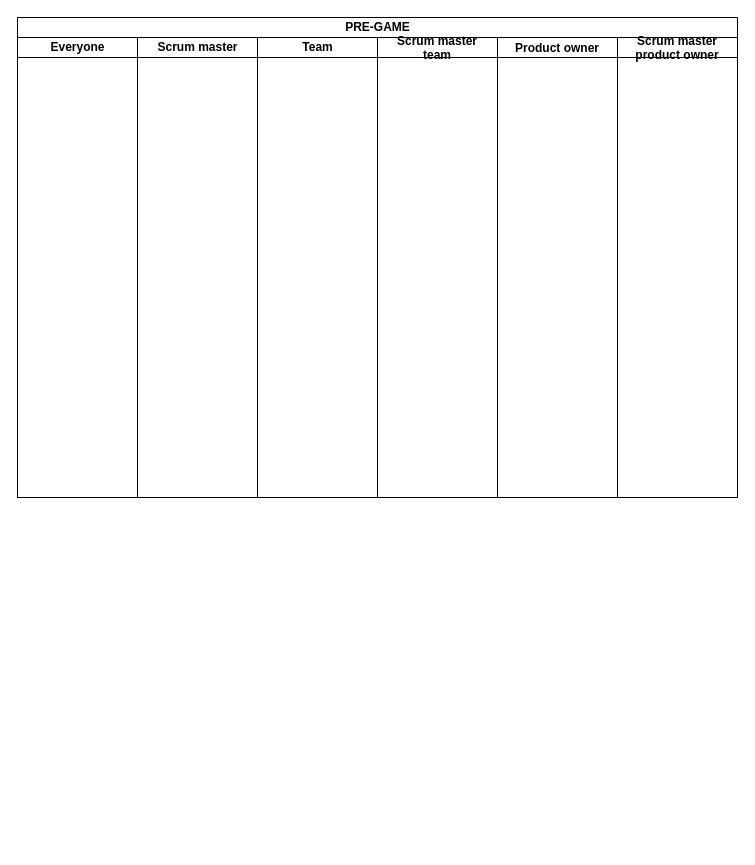
Earlier version of the draw.io diagram Untitled Diagram.drawio (JavierCabreraDev/Metodologia_Practica). Source tidied: cells renumbered, new cells numbered last; positions are measured from the earlier drawing's top-left corner, leaving out a move shared by most shapes. Both pictures are drawn from the tidied source at 100%, with x=0, y=0 at pixel (17, 17).
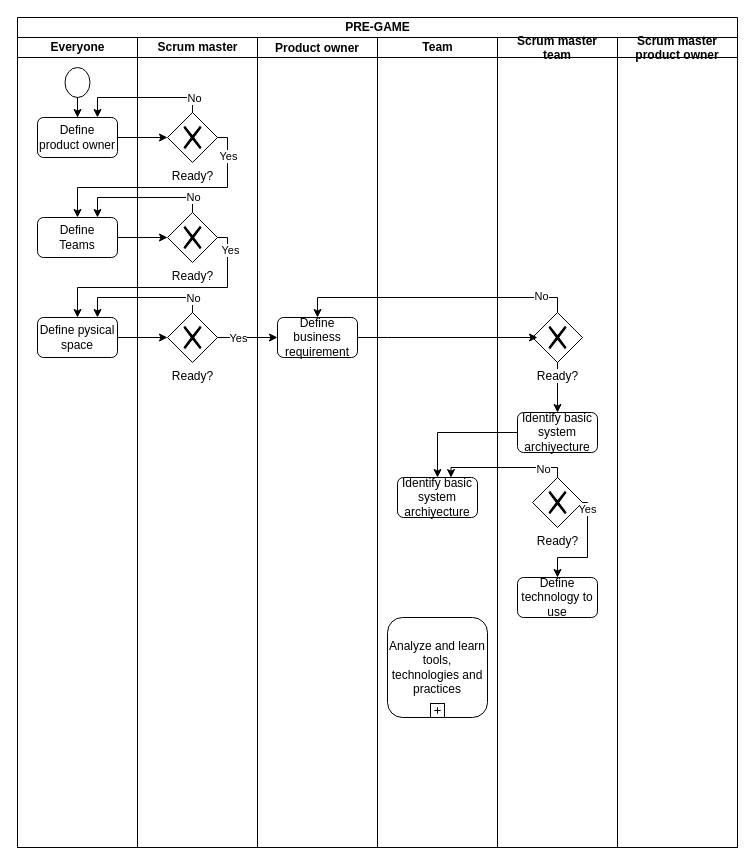
The same diagram, later.

What changed in the source:
```diff
@@
     <mxCell id="2" value="PRE-GAME" style="swimlane;html=1;startSize=20;" parent="1" vertex="1">
-      <mxGeometry width="720" height="480" as="geometry" />
+      <mxGeometry width="720" height="830" as="geometry" />
     </mxCell>
     <mxCell id="3" value="Everyone" style="swimlane;html=1;startSize=20;" parent="2" vertex="1">
-      <mxGeometry y="20" width="120" height="460" as="geometry" />
+      <mxGeometry y="20" width="120" height="810" as="geometry" />
     </mxCell>
+    <mxCell id="9" style="edgeStyle=orthogonalEdgeStyle;rounded=0;jettySize=auto;html=1;" parent="3" edge="1" source="10" target="11">
+      <mxGeometry relative="1" as="geometry" />
+    </mxCell>
+    <mxCell id="10" style="shape=mxgraph.bpmn.shape;html=1;verticalLabelPosition=bottom;labelBackgroundColor=#ffffff;verticalAlign=top;align=center;perimeter=ellipsePerimeter;outlineConnect=0;outline=standard;symbol=general;" parent="3" vertex="1">
+      <mxGeometry x="47.5" y="30" width="25" height="30" as="geometry" />
+    </mxCell>
+    <mxCell id="11" value="Define&lt;br&gt;product owner" style="shape=ext;rounded=1;html=1;whiteSpace=wrap;" parent="3" vertex="1">
+      <mxGeometry x="20" y="80" width="80" height="40" as="geometry" />
+    </mxCell>
+    <mxCell id="12" value="Define&lt;br&gt;Teams" style="shape=ext;rounded=1;html=1;whiteSpace=wrap;" parent="3" vertex="1">
+      <mxGeometry x="20" y="180" width="80" height="40" as="geometry" />
+    </mxCell>
+    <mxCell id="13" value="Define pysical space" style="shape=ext;rounded=1;html=1;whiteSpace=wrap;" parent="3" vertex="1">
+      <mxGeometry x="20" y="280" width="80" height="40" as="geometry" />
+    </mxCell>
     <mxCell id="4" value="Scrum master" style="swimlane;html=1;startSize=20;" parent="2" vertex="1">
-      <mxGeometry x="120" y="20" width="120" height="460" as="geometry" />
+      <mxGeometry x="120" y="20" width="120" height="810" as="geometry" />
     </mxCell>
+    <mxCell id="14" value="Ready?" style="shape=mxgraph.bpmn.shape;html=1;verticalLabelPosition=bottom;labelBackgroundColor=#ffffff;verticalAlign=top;align=center;perimeter=rhombusPerimeter;background=gateway;outlineConnect=0;outline=none;symbol=exclusiveGw;" parent="4" vertex="1">
+      <mxGeometry x="30" y="75" width="50" height="50" as="geometry" />
+    </mxCell>
+    <mxCell id="15" value="Ready?" style="shape=mxgraph.bpmn.shape;html=1;verticalLabelPosition=bottom;labelBackgroundColor=#ffffff;verticalAlign=top;align=center;perimeter=rhombusPerimeter;background=gateway;outlineConnect=0;outline=none;symbol=exclusiveGw;" parent="4" vertex="1">
+      <mxGeometry x="30" y="175" width="50" height="50" as="geometry" />
+    </mxCell>
+    <mxCell id="16" value="Ready?" style="shape=mxgraph.bpmn.shape;html=1;verticalLabelPosition=bottom;labelBackgroundColor=#ffffff;verticalAlign=top;align=center;perimeter=rhombusPerimeter;background=gateway;outlineConnect=0;outline=none;symbol=exclusiveGw;" parent="4" vertex="1">
+      <mxGeometry x="30" y="275" width="50" height="50" as="geometry" />
+    </mxCell>
+    <mxCell id="7" value="Product owner" style="swimlane;startSize=20;" parent="2" vertex="1">
+      <mxGeometry x="240" y="20" width="120" height="810" as="geometry" />
+    </mxCell>
+    <mxCell id="17" value="Define business requirement" style="shape=ext;rounded=1;html=1;whiteSpace=wrap;" parent="7" vertex="1">
+      <mxGeometry x="20" y="280" width="80" height="40" as="geometry" />
+    </mxCell>
     <mxCell id="5" value="Team" style="swimlane;html=1;startSize=20;" parent="2" vertex="1">
-      <mxGeometry x="240" y="20" width="120" height="460" as="geometry" />
+      <mxGeometry x="360" y="20" width="120" height="810" as="geometry" />
     </mxCell>
+    <mxCell id="18" value="Identify basic system archiyecture" style="shape=ext;rounded=1;html=1;whiteSpace=wrap;" parent="5" vertex="1">
+      <mxGeometry x="20" y="440" width="80" height="40" as="geometry" />
+    </mxCell>
+    <mxCell id="19" value="Analyze and learn tools, technologies and practices" style="html=1;whiteSpace=wrap;rounded=1;" parent="5" vertex="1">
+      <mxGeometry x="10" y="580" width="100" height="100" as="geometry" />
+    </mxCell>
+    <mxCell id="20" style="html=1;shape=plus;" parent="19" vertex="1">
+      <mxGeometry x="0.5" y="1" width="14" height="14" relative="1" as="geometry">
+        <mxPoint x="-7" y="-14" as="offset" />
+      </mxGeometry>
+    </mxCell>
     <mxCell id="6" value="Scrum master&#10;team" style="swimlane;startSize=20;" parent="2" vertex="1">
-      <mxGeometry x="360" y="20" width="120" height="460" as="geometry" />
+      <mxGeometry x="480" y="20" width="120" height="810" as="geometry" />
     </mxCell>
-    <mxCell id="7" value="Product owner" style="swimlane;startSize=20;" parent="2" vertex="1">
-      <mxGeometry x="480" y="20" width="120" height="460" as="geometry" />
-    </mxCell>
+    <mxCell id="21" style="edgeStyle=orthogonalEdgeStyle;rounded=0;jettySize=auto;html=1;" parent="6" edge="1" source="22" target="23">
+      <mxGeometry relative="1" as="geometry" />
+    </mxCell>
+    <mxCell id="22" value="Ready?" style="shape=mxgraph.bpmn.shape;html=1;verticalLabelPosition=bottom;labelBackgroundColor=#ffffff;verticalAlign=top;align=center;perimeter=rhombusPerimeter;background=gateway;outlineConnect=0;outline=none;symbol=exclusiveGw;" parent="6" vertex="1">
+      <mxGeometry x="35" y="275" width="50" height="50" as="geometry" />
+    </mxCell>
+    <mxCell id="23" value="Identify basic system archiyecture" style="shape=ext;rounded=1;html=1;whiteSpace=wrap;" parent="6" vertex="1">
+      <mxGeometry x="20" y="375" width="80" height="40" as="geometry" />
+    </mxCell>
+    <mxCell id="24" value="Ready?" style="shape=mxgraph.bpmn.shape;html=1;verticalLabelPosition=bottom;labelBackgroundColor=#ffffff;verticalAlign=top;align=center;perimeter=rhombusPerimeter;background=gateway;outlineConnect=0;outline=none;symbol=exclusiveGw;" parent="6" vertex="1">
+      <mxGeometry x="35" y="440" width="50" height="50" as="geometry" />
+    </mxCell>
+    <mxCell id="25" value="Define technology to use" style="shape=ext;rounded=1;html=1;whiteSpace=wrap;" parent="6" vertex="1">
+      <mxGeometry x="20" y="540" width="80" height="40" as="geometry" />
+    </mxCell>
+    <mxCell id="26" style="edgeStyle=orthogonalEdgeStyle;rounded=0;jettySize=auto;html=1;entryX=0.5;entryY=0;entryDx=0;entryDy=0;" parent="6" edge="1" source="24" target="25">
+      <mxGeometry relative="1" as="geometry">
+        <Array as="points">
+          <mxPoint x="90" y="465" />
+          <mxPoint x="90" y="520" />
+          <mxPoint x="60" y="520" />
+        </Array>
+      </mxGeometry>
+    </mxCell>
+    <mxCell id="27" value="Yes" style="edgeLabel;html=1;align=center;verticalAlign=middle;" parent="26" vertex="1">
+      <mxGeometry x="-0.8" y="-1" relative="1" as="geometry" />
+    </mxCell>
     <mxCell id="8" value="Scrum master&#10;product owner" style="swimlane;startSize=20;" parent="2" vertex="1">
-      <mxGeometry x="600" y="20" width="120" height="460" as="geometry" />
+      <mxGeometry x="600" y="20" width="120" height="810" as="geometry" />
     </mxCell>
+    <mxCell id="28" style="edgeStyle=orthogonalEdgeStyle;rounded=0;jettySize=auto;html=1;" parent="2" edge="1" source="11" target="14">
+      <mxGeometry relative="1" as="geometry" />
+    </mxCell>
+    <mxCell id="29" style="edgeStyle=orthogonalEdgeStyle;rounded=0;jettySize=auto;html=1;entryX=0.5;entryY=0;entryDx=0;entryDy=0;" parent="2" edge="1" source="14" target="12">
+      <mxGeometry relative="1" as="geometry">
+        <Array as="points">
+          <mxPoint x="210" y="120" />
+          <mxPoint x="210" y="170" />
+          <mxPoint x="60" y="170" />
+        </Array>
+      </mxGeometry>
+    </mxCell>
+    <mxCell id="30" value="Yes" style="edgeLabel;html=1;align=center;verticalAlign=middle;" parent="29" vertex="1">
+      <mxGeometry x="-0.77" relative="1" as="geometry" />
+    </mxCell>
+    <mxCell id="31" style="edgeStyle=orthogonalEdgeStyle;rounded=0;jettySize=auto;html=1;entryX=0.75;entryY=0;entryDx=0;entryDy=0;" parent="2" edge="1" source="14" target="11">
+      <mxGeometry relative="1" as="geometry">
+        <Array as="points">
+          <mxPoint x="175" y="80" />
+          <mxPoint x="80" y="80" />
+        </Array>
+      </mxGeometry>
+    </mxCell>
+    <mxCell id="32" value="No" style="edgeLabel;html=1;align=center;verticalAlign=middle;" parent="31" vertex="1">
+      <mxGeometry x="-0.61" y="1" relative="1" as="geometry">
+        <mxPoint x="11" y="-1" as="offset" />
+      </mxGeometry>
+    </mxCell>
+    <mxCell id="33" style="edgeStyle=orthogonalEdgeStyle;rounded=0;jettySize=auto;html=1;entryX=0;entryY=0.5;entryDx=0;entryDy=0;" parent="2" edge="1" source="12" target="15">
+      <mxGeometry relative="1" as="geometry" />
+    </mxCell>
+    <mxCell id="34" style="edgeStyle=orthogonalEdgeStyle;rounded=0;jettySize=auto;html=1;entryX=0.5;entryY=0;entryDx=0;entryDy=0;" parent="2" edge="1" source="15" target="13">
+      <mxGeometry relative="1" as="geometry">
+        <Array as="points">
+          <mxPoint x="210" y="220" />
+          <mxPoint x="210" y="270" />
+          <mxPoint x="60" y="270" />
+        </Array>
+      </mxGeometry>
+    </mxCell>
+    <mxCell id="35" value="Yes" style="edgeLabel;html=1;align=center;verticalAlign=middle;" parent="34" vertex="1">
+      <mxGeometry x="-0.82" y="2" relative="1" as="geometry" />
+    </mxCell>
+    <mxCell id="36" style="edgeStyle=orthogonalEdgeStyle;rounded=0;jettySize=auto;html=1;entryX=0;entryY=0.5;entryDx=0;entryDy=0;" parent="2" edge="1" source="13" target="16">
+      <mxGeometry relative="1" as="geometry" />
+    </mxCell>
+    <mxCell id="37" style="edgeStyle=orthogonalEdgeStyle;rounded=0;jettySize=auto;html=1;entryX=0.75;entryY=0;entryDx=0;entryDy=0;" parent="2" edge="1" source="15" target="12">
+      <mxGeometry relative="1" as="geometry">
+        <Array as="points">
+          <mxPoint x="175" y="180" />
+          <mxPoint x="80" y="180" />
+        </Array>
+      </mxGeometry>
+    </mxCell>
+    <mxCell id="38" value="No" style="edgeLabel;html=1;align=center;verticalAlign=middle;" parent="37" vertex="1">
+      <mxGeometry x="-0.59" y="-1" relative="1" as="geometry">
+        <mxPoint x="12" as="offset" />
+      </mxGeometry>
+    </mxCell>
+    <mxCell id="39" style="edgeStyle=orthogonalEdgeStyle;rounded=0;jettySize=auto;html=1;entryX=0.75;entryY=0;entryDx=0;entryDy=0;" parent="2" edge="1" source="16" target="13">
+      <mxGeometry relative="1" as="geometry">
+        <Array as="points">
+          <mxPoint x="175" y="280" />
+          <mxPoint x="80" y="280" />
+        </Array>
+      </mxGeometry>
+    </mxCell>
+    <mxCell id="40" value="No" style="edgeLabel;html=1;align=center;verticalAlign=middle;" parent="39" vertex="1">
+      <mxGeometry x="-0.53" relative="1" as="geometry">
+        <mxPoint x="16" as="offset" />
+      </mxGeometry>
+    </mxCell>
+    <mxCell id="41" style="edgeStyle=orthogonalEdgeStyle;rounded=0;jettySize=auto;html=1;entryX=0;entryY=0.5;entryDx=0;entryDy=0;" parent="2" edge="1" source="16" target="17">
+      <mxGeometry relative="1" as="geometry">
+        <Array as="points">
+          <mxPoint x="210" y="320" />
+          <mxPoint x="210" y="320" />
+        </Array>
+      </mxGeometry>
+    </mxCell>
+    <mxCell id="42" value="Yes" style="edgeLabel;html=1;align=center;verticalAlign=middle;" parent="41" vertex="1">
+      <mxGeometry x="-0.33" relative="1" as="geometry" />
+    </mxCell>
+    <mxCell id="43" style="edgeStyle=orthogonalEdgeStyle;rounded=0;jettySize=auto;html=1;" parent="2" edge="1" source="17">
+      <mxGeometry relative="1" as="geometry">
+        <mxPoint x="520" y="320" as="targetPoint" />
+        <Array as="points">
+          <mxPoint x="370" y="320" />
+          <mxPoint x="370" y="320" />
+        </Array>
+      </mxGeometry>
+    </mxCell>
+    <mxCell id="44" style="edgeStyle=orthogonalEdgeStyle;rounded=0;jettySize=auto;html=1;entryX=0.5;entryY=0;entryDx=0;entryDy=0;" parent="2" edge="1" source="22" target="17">
+      <mxGeometry relative="1" as="geometry">
+        <Array as="points">
+          <mxPoint x="540" y="280" />
+          <mxPoint x="300" y="280" />
+        </Array>
+      </mxGeometry>
+    </mxCell>
+    <mxCell id="45" value="No" style="edgeLabel;html=1;align=center;verticalAlign=middle;" parent="44" vertex="1">
+      <mxGeometry x="-0.77" y="-2" relative="1" as="geometry" />
+    </mxCell>
+    <mxCell id="46" style="edgeStyle=orthogonalEdgeStyle;rounded=0;jettySize=auto;html=1;entryX=0.5;entryY=0;entryDx=0;entryDy=0;" parent="2" edge="1" source="23" target="18">
+      <mxGeometry relative="1" as="geometry">
+        <Array as="points">
+          <mxPoint x="420" y="415" />
+        </Array>
+      </mxGeometry>
+    </mxCell>
+    <mxCell id="47" style="edgeStyle=orthogonalEdgeStyle;rounded=0;jettySize=auto;html=1;entryX=0.669;entryY=0.003;entryDx=0;entryDy=0;entryPerimeter=0;" parent="2" edge="1" source="24" target="18">
+      <mxGeometry relative="1" as="geometry">
+        <Array as="points">
+          <mxPoint x="540" y="450" />
+          <mxPoint x="433" y="450" />
+        </Array>
+      </mxGeometry>
+    </mxCell>
+    <mxCell id="48" value="No" style="edgeLabel;html=1;align=center;verticalAlign=middle;" parent="47" vertex="1">
+      <mxGeometry x="-0.6" y="1" relative="1" as="geometry" />
+    </mxCell>
```
